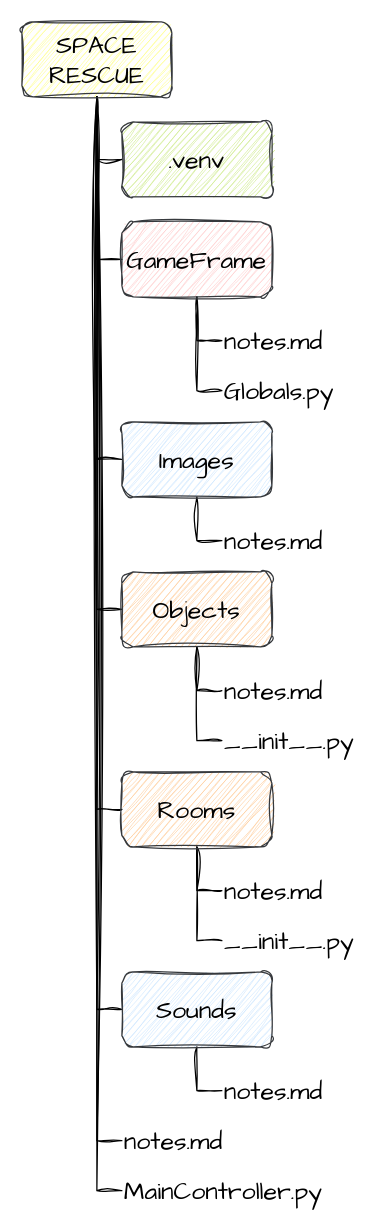
Before: page "file structure" (2 of 2) of assets/diagrams.drawio in DamoM73/space-rescue-tutorials, a draw.io diagram. Source tidied: cells renumbered, new cells numbered last; positions are measured from the earlier drawing's top-left corner, leaving out a move shared by most shapes. Both pictures are drawn from the tidied source at 125%, with x=0, y=0 at pixel (21, 21).
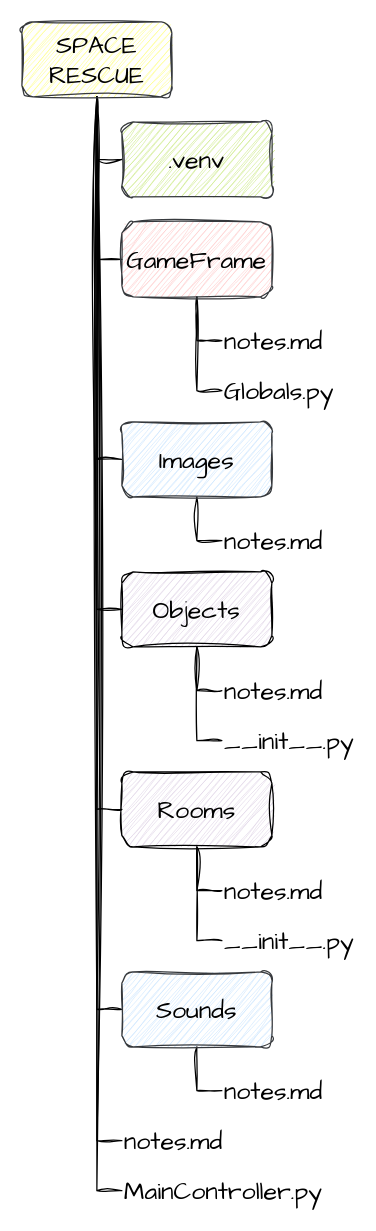
The same diagram, later.

The edit, as a diff of the source:
```diff
@@
-    <mxCell id="19" value="Objects" style="rounded=1;whiteSpace=wrap;html=1;sketch=1;hachureGap=4;jiggle=2;curveFitting=1;fontFamily=Architects Daughter;fontSize=20;fillColor=#ffcc99;strokeColor=#36393d;" parent="1" vertex="1">
+    <mxCell id="19" value="Objects" style="rounded=1;whiteSpace=wrap;html=1;sketch=1;hachureGap=4;jiggle=2;curveFitting=1;fontFamily=Architects Daughter;fontSize=20;fillColor=#e1d5e7;strokeColor=#000000;" parent="1" vertex="1">
       <mxGeometry x="80" y="440" width="120" height="60" as="geometry" />
     </mxCell>
@@
-    <mxCell id="22" value="Rooms" style="rounded=1;whiteSpace=wrap;html=1;sketch=1;hachureGap=4;jiggle=2;curveFitting=1;fontFamily=Architects Daughter;fontSize=20;fillColor=#ffcc99;strokeColor=#36393d;" parent="1" vertex="1">
+    <mxCell id="22" value="Rooms" style="rounded=1;whiteSpace=wrap;html=1;sketch=1;hachureGap=4;jiggle=2;curveFitting=1;fontFamily=Architects Daughter;fontSize=20;fillColor=#e1d5e7;strokeColor=#000000;" parent="1" vertex="1">
       <mxGeometry x="80" y="600" width="120" height="60" as="geometry" />
     </mxCell>
```
